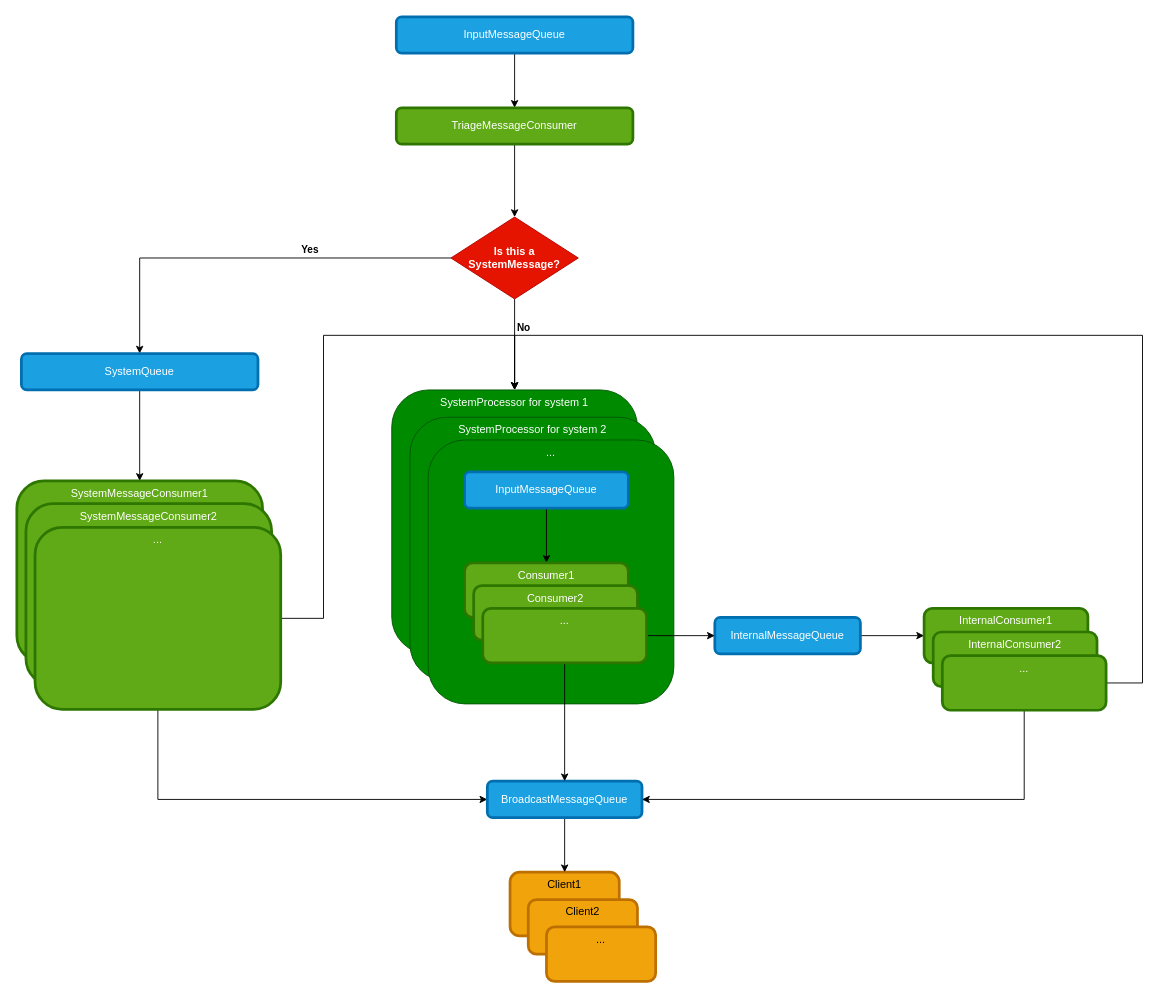
The draw.io diagram resources/messaging-system.drawio in Knoblauchpilze/bsgalone, before the edit. Source tidied: cells renumbered, new cells numbered last; positions are measured from the earlier drawing's top-left corner, leaving out a move shared by most shapes. Both pictures are drawn from the tidied source at 91%, with x=0, y=0 at pixel (16, 16).
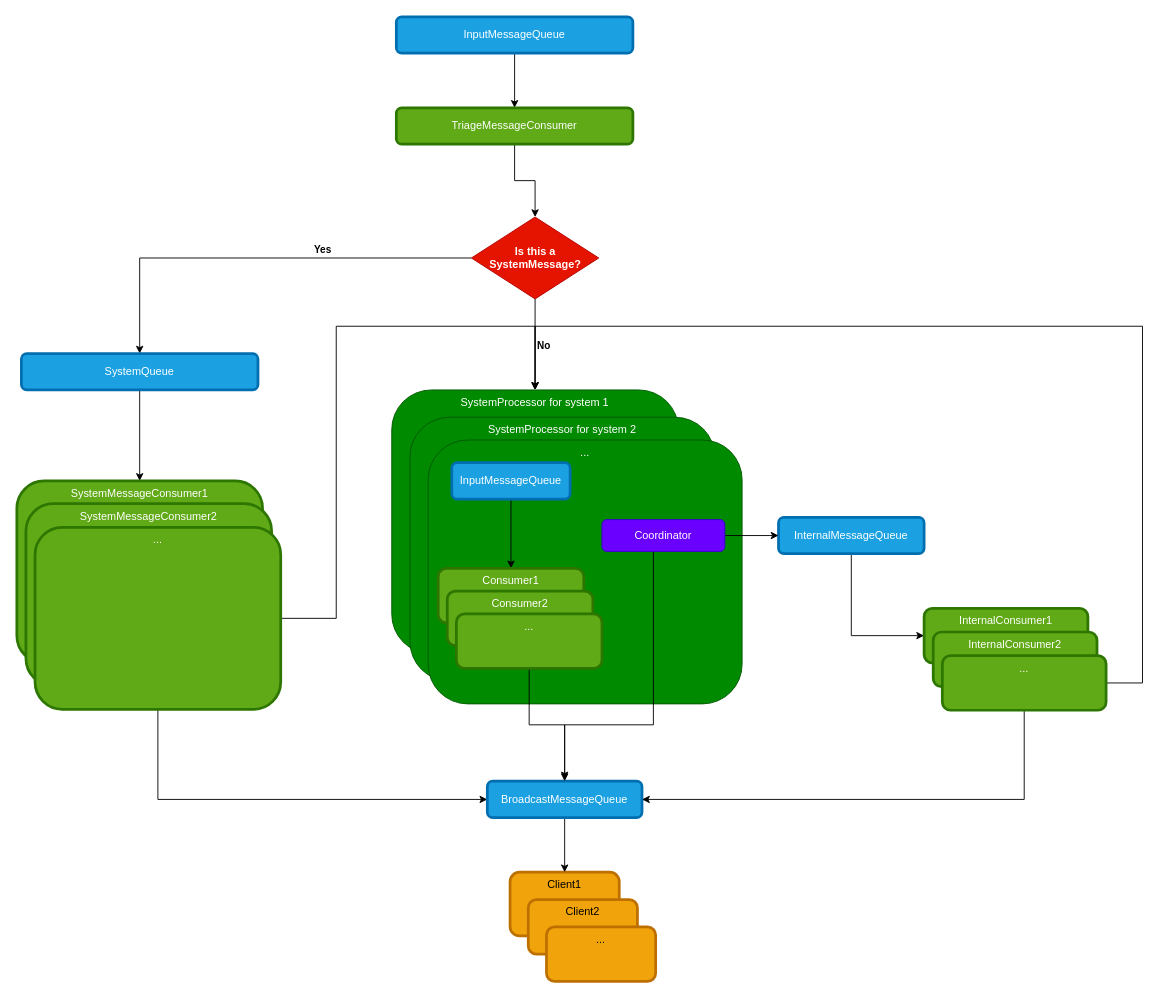
The same diagram, later.

Commit message (it also covers changes not shown here):
chore: Updated messaging system docs

The change refers to these unchanged cells:
```xml
<mxCell id="6" style="edgeStyle=orthogonalEdgeStyle;rounded=0;jettySize=auto;html=1;entryX=0.5;entryY=0;entryDx=0;entryDy=0;" parent="1" edge="1" source="8" target="9">
  <mxGeometry relative="1" as="geometry" />
</mxCell>
<mxCell id="19" value="..." style="rounded=1;whiteSpace=wrap;html=1;fillColor=#60a917;fontColor=light-dark(#FFFFFF,#FFFFFF);strokeColor=#2D7600;strokeWidth=3;verticalAlign=top;" parent="1" vertex="1">
  <mxGeometry x="20" y="561" width="270" height="200" as="geometry" />
</mxCell>
<mxCell id="21" value="BroadcastMessageQueue" style="rounded=1;whiteSpace=wrap;html=1;fillColor=#1ba1e2;fontColor=light-dark(#FFFFFF,#FFFFFF);strokeColor=#006EAF;strokeWidth=3;" parent="1" vertex="1">
  <mxGeometry x="517" y="840" width="170" height="40" as="geometry" />
</mxCell>
<mxCell id="37" value="..." style="rounded=1;whiteSpace=wrap;html=1;fillColor=#60a917;fontColor=light-dark(#FFFFFF,#FFFFFF);strokeColor=#2D7600;strokeWidth=3;verticalAlign=top;" parent="1" vertex="1">
  <mxGeometry x="1017" y="702" width="180" height="60" as="geometry" />
</mxCell>
```

Diff of the diagram source:
```diff
@@
     <mxCell id="7" value="No" style="edgeLabel;html=1;align=left;verticalAlign=middle;fontStyle=1;textShadow=0;labelBackgroundColor=light-dark(#FFFFFF,#000000);" parent="6" vertex="1">
-      <mxGeometry x="-0.38" y="1" relative="1" as="geometry" />
+      <mxGeometry x="-0.38" y="1" relative="1" as="geometry">
+        <mxPoint x="-1" y="19" as="offset" />
+      </mxGeometry>
     </mxCell>
     <mxCell id="8" value="Is this a SystemMessage?" style="rhombus;whiteSpace=wrap;html=1;fillColor=light-dark(#E51400,#E51400);fontColor=#ffffff;strokeColor=#B20000;fontStyle=1;" parent="1" vertex="1">
-      <mxGeometry x="477" y="220" width="140" height="90" as="geometry" />
+      <mxGeometry x="499.5" y="220" width="140" height="90" as="geometry" />
     </mxCell>
     <mxCell id="9" value="SystemProcessor for system 1" style="rounded=1;whiteSpace=wrap;html=1;verticalAlign=top;fillColor=#008a00;fontColor=light-dark(#FFFFFF,#FFFFFF);strokeColor=#005700;" parent="1" vertex="1">
-      <mxGeometry x="412" y="410" width="270" height="290" as="geometry" />
+      <mxGeometry x="412" y="410" width="315" height="290" as="geometry" />
     </mxCell>
@@
+    <mxCell id="18" style="edgeStyle=orthogonalEdgeStyle;rounded=0;jettySize=auto;html=1;entryX=0;entryY=0.5;entryDx=0;entryDy=0;" parent="1" edge="1" source="19" target="21">
+      <mxGeometry relative="1" as="geometry">
+        <Array as="points">
+          <mxPoint x="155" y="860" />
+        </Array>
+      </mxGeometry>
+    </mxCell>
     <mxCell id="17" style="edgeStyle=orthogonalEdgeStyle;rounded=0;jettySize=auto;html=1;entryX=0.5;entryY=0;entryDx=0;entryDy=0;" parent="1" edge="1" source="19" target="9">
       <mxGeometry relative="1" as="geometry">
         <Array as="points">
-          <mxPoint x="337" y="661" />
-          <mxPoint x="337" y="350" />
-          <mxPoint x="547" y="350" />
+          <mxPoint x="351" y="661" />
+          <mxPoint x="351" y="340" />
+          <mxPoint x="569" y="340" />
         </Array>
       </mxGeometry>
     </mxCell>
-    <mxCell id="18" style="edgeStyle=orthogonalEdgeStyle;rounded=0;jettySize=auto;html=1;entryX=0;entryY=0.5;entryDx=0;entryDy=0;" parent="1" edge="1" source="19" target="21">
-      <mxGeometry relative="1" as="geometry">
-        <Array as="points">
-          <mxPoint x="155" y="860" />
-        </Array>
-      </mxGeometry>
-    </mxCell>
@@
     <mxCell id="23" value="InternalMessageQueue" style="rounded=1;whiteSpace=wrap;html=1;fillColor=#1ba1e2;fontColor=light-dark(#FFFFFF,#FFFFFF);strokeColor=#006EAF;strokeWidth=3;" parent="1" vertex="1">
-      <mxGeometry x="767" y="660" width="160" height="40" as="geometry" />
+      <mxGeometry x="837" y="550" width="160" height="40" as="geometry" />
     </mxCell>
     <mxCell id="24" value="SystemProcessor for system 2" style="rounded=1;whiteSpace=wrap;html=1;verticalAlign=top;fillColor=#008a00;fontColor=light-dark(#FFFFFF,#FFFFFF);strokeColor=#005700;" parent="1" vertex="1">
-      <mxGeometry x="432" y="440" width="270" height="290" as="geometry" />
+      <mxGeometry x="432" y="440" width="335" height="290" as="geometry" />
     </mxCell>
     <mxCell id="25" value="..." style="rounded=1;whiteSpace=wrap;html=1;verticalAlign=top;fillColor=#008a00;fontColor=light-dark(#FFFFFF,#FFFFFF);strokeColor=#005700;" parent="1" vertex="1">
-      <mxGeometry x="452" y="465" width="270" height="290" as="geometry" />
+      <mxGeometry x="452" y="465" width="345" height="290" as="geometry" />
     </mxCell>
@@
     <mxCell id="27" value="InputMessageQueue" style="rounded=1;whiteSpace=wrap;html=1;fillColor=#1ba1e2;fontColor=light-dark(#FFFFFF,#FFFFFF);strokeColor=#006EAF;strokeWidth=3;" parent="1" vertex="1">
-      <mxGeometry x="492" y="500" width="180" height="40" as="geometry" />
+      <mxGeometry x="478" y="490" width="130" height="40" as="geometry" />
     </mxCell>
     <mxCell id="28" value="Consumer1" style="rounded=1;whiteSpace=wrap;html=1;fillColor=#60a917;fontColor=light-dark(#FFFFFF,#FFFFFF);strokeColor=#2D7600;strokeWidth=3;verticalAlign=top;" parent="1" vertex="1">
-      <mxGeometry x="492" y="600" width="180" height="60" as="geometry" />
+      <mxGeometry x="463" y="606" width="160" height="60" as="geometry" />
     </mxCell>
     <mxCell id="29" value="Consumer2" style="rounded=1;whiteSpace=wrap;html=1;fillColor=#60a917;fontColor=light-dark(#FFFFFF,#FFFFFF);strokeColor=#2D7600;strokeWidth=3;verticalAlign=top;" parent="1" vertex="1">
-      <mxGeometry x="502" y="625" width="180" height="60" as="geometry" />
+      <mxGeometry x="473" y="631" width="160" height="60" as="geometry" />
     </mxCell>
-    <mxCell id="30" style="edgeStyle=orthogonalEdgeStyle;rounded=0;jettySize=auto;html=1;entryX=0;entryY=0.5;entryDx=0;entryDy=0;" parent="1" edge="1" source="32" target="23">
-      <mxGeometry relative="1" as="geometry" />
-    </mxCell>
@@
     <mxCell id="32" value="..." style="rounded=1;whiteSpace=wrap;html=1;fillColor=#60a917;fontColor=light-dark(#FFFFFF,#FFFFFF);strokeColor=#2D7600;strokeWidth=3;verticalAlign=top;" parent="1" vertex="1">
-      <mxGeometry x="512" y="650" width="180" height="60" as="geometry" />
+      <mxGeometry x="483" y="656" width="160" height="60" as="geometry" />
     </mxCell>
@@
     <mxCell id="36" style="edgeStyle=orthogonalEdgeStyle;rounded=0;jettySize=auto;html=1;entryX=0.5;entryY=0;entryDx=0;entryDy=0;" parent="1" edge="1" source="37" target="9">
       <mxGeometry relative="1" as="geometry">
         <Array as="points">
           <mxPoint x="1237" y="732" />
-          <mxPoint x="1237" y="350" />
-          <mxPoint x="547" y="350" />
+          <mxPoint x="1237" y="340" />
+          <mxPoint x="569" y="340" />
         </Array>
       </mxGeometry>
     </mxCell>
@@
+    <mxCell id="40" style="edgeStyle=orthogonalEdgeStyle;rounded=0;jettySize=auto;html=1;entryX=0;entryY=0.5;entryDx=0;entryDy=0;" parent="1" edge="1" source="42" target="23">
+      <mxGeometry relative="1" as="geometry" />
+    </mxCell>
+    <mxCell id="41" style="edgeStyle=orthogonalEdgeStyle;rounded=0;orthogonalLoop=1;jettySize=auto;html=1;entryX=0.5;entryY=0;entryDx=0;entryDy=0;" parent="1" edge="1">
+      <mxGeometry relative="1" as="geometry">
+        <mxPoint x="699.5" y="585.5" as="sourcePoint" />
+        <mxPoint x="602" y="838" as="targetPoint" />
+        <Array as="points">
+          <mxPoint x="700" y="778" />
+          <mxPoint x="602" y="778" />
+        </Array>
+      </mxGeometry>
+    </mxCell>
+    <mxCell id="42" value="Coordinator" style="rounded=1;whiteSpace=wrap;html=1;fillColor=light-dark(#6A00FF,#6A00FF);fontColor=#ffffff;strokeColor=#3700CC;" parent="1" vertex="1">
+      <mxGeometry x="643" y="552.5" width="135" height="35" as="geometry" />
+    </mxCell>
```
